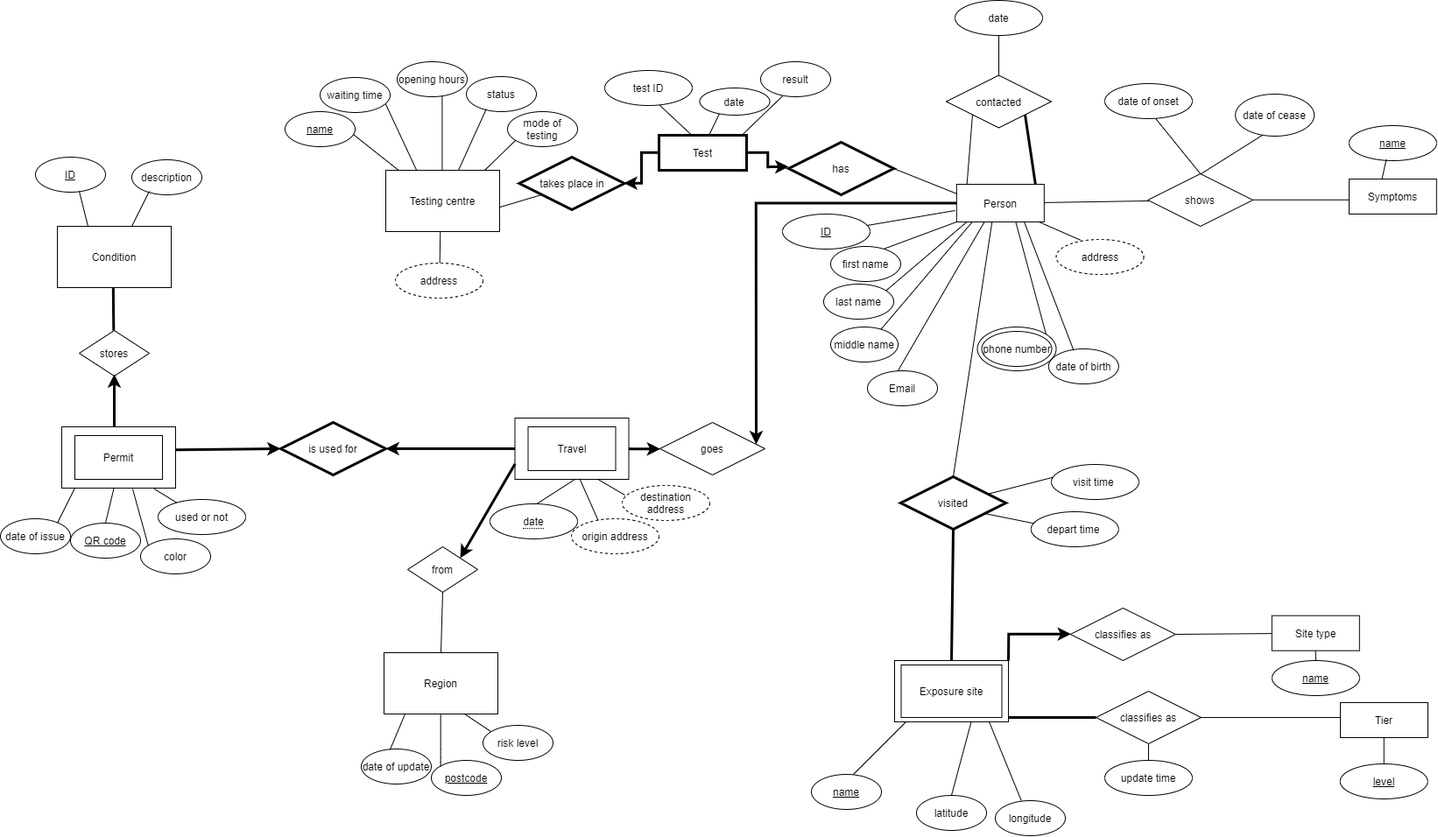
Before: Untitled Diagram.png, a diagram exported from draw.io (pingtingw/info20003). Source tidied: cells renumbered, new cells last; positions are measured from the earlier drawing's top-left corner, leaving out a move shared by most shapes.
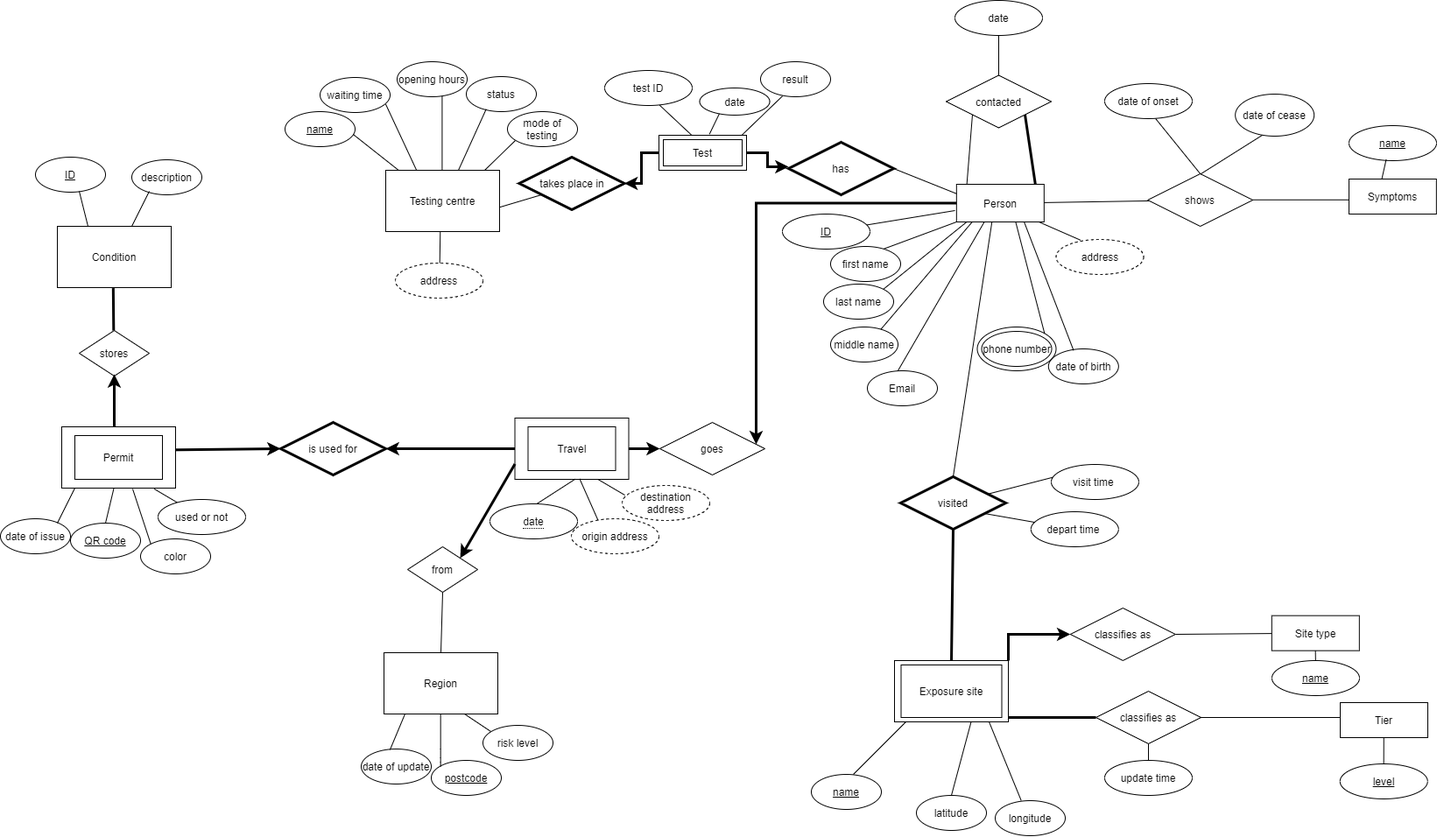
After the change.

Diff of the diagram source:
```diff
@@ -471,7 +471,7 @@
     <mxCell id="125" style="edgeStyle=orthogonalEdgeStyle;rounded=0;jettySize=auto;html=1;strokeWidth=3;" parent="1" edge="1" source="126" target="127">
       <mxGeometry relative="1" as="geometry" />
     </mxCell>
-    <mxCell id="126" value="Test" style="whiteSpace=wrap;html=1;align=center;strokeWidth=3;" parent="1" vertex="1">
+    <mxCell id="126" value="Test" style="whiteSpace=wrap;html=1;align=center;strokeWidth=1;" parent="1" vertex="1">
       <mxGeometry x="752" y="154" width="100" height="40" as="geometry" />
     </mxCell>
     <mxCell id="127" value="takes place in" style="shape=rhombus;perimeter=rhombusPerimeter;whiteSpace=wrap;html=1;align=center;strokeWidth=3;" parent="1" vertex="1">
@@ -494,5 +494,8 @@
     <mxCell id="132" value="date" style="ellipse;whiteSpace=wrap;html=1;align=center;strokeWidth=1;" parent="1" vertex="1">
       <mxGeometry x="1090" width="100" height="40" as="geometry" />
     </mxCell>
+    <mxCell id="133" style="whiteSpace=wrap;html=1;align=center;strokeWidth=1;fillColor=none;" parent="1" vertex="1">
+      <mxGeometry x="757" y="159" width="90" height="30" as="geometry" />
+    </mxCell>
   </root>
 </mxGraphModel>
```
